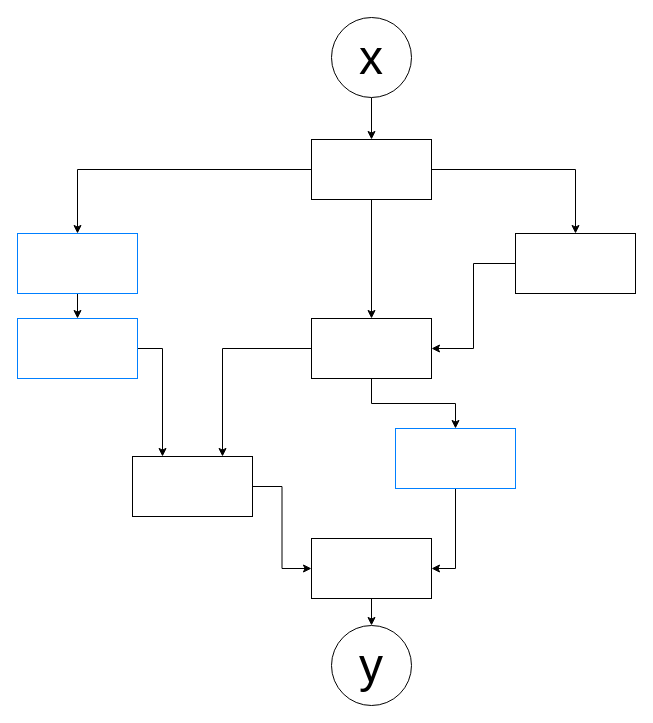
This is REDS/Projet_Laure/beamer/figs/Untitled Diagram.drawio from CharlesAttend/M2-DAC, a draw.io file, before an edit. Source tidied: cells renumbered, new cells numbered last; positions are measured from the earlier drawing's top-left corner, leaving out a move shared by most shapes. Both pictures are drawn from the tidied source at 100%, with x=0, y=0 at pixel (17, 17).
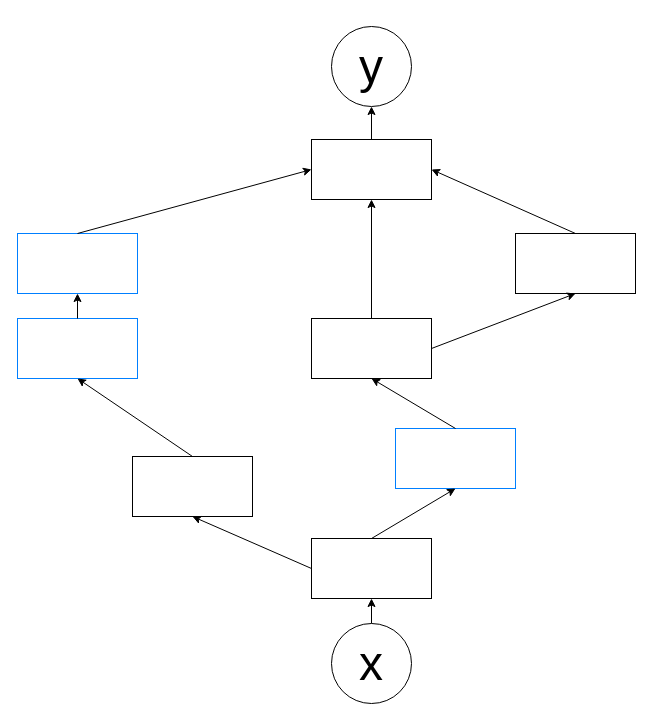
The same page after the edit.

Unchanged cells that the change refers to:
```xml
<mxCell id="7" style="rounded=0;whiteSpace=wrap;html=1;" parent="1" vertex="1">
  <mxGeometry x="294" y="122" width="120" height="60" as="geometry" />
</mxCell>
<mxCell id="9" style="rounded=0;whiteSpace=wrap;html=1;" parent="1" vertex="1">
  <mxGeometry x="498" y="216" width="120" height="60" as="geometry" />
</mxCell>
<mxCell id="12" style="rounded=0;whiteSpace=wrap;html=1;" parent="1" vertex="1">
  <mxGeometry x="294" y="301" width="120" height="60" as="geometry" />
</mxCell>
<mxCell id="14" style="rounded=0;whiteSpace=wrap;html=1;strokeColor=#007FFF;" parent="1" vertex="1">
  <mxGeometry y="216" width="120" height="60" as="geometry" />
</mxCell>
<mxCell id="16" style="rounded=0;whiteSpace=wrap;html=1;strokeColor=#007FFF;" parent="1" vertex="1">
  <mxGeometry y="301" width="120" height="60" as="geometry" />
</mxCell>
<mxCell id="18" style="rounded=0;whiteSpace=wrap;html=1;" parent="1" vertex="1">
  <mxGeometry x="115" y="439" width="120" height="60" as="geometry" />
</mxCell>
<mxCell id="20" style="rounded=0;whiteSpace=wrap;html=1;" parent="1" vertex="1">
  <mxGeometry x="294" y="521" width="120" height="60" as="geometry" />
</mxCell>
<mxCell id="23" style="rounded=0;whiteSpace=wrap;html=1;strokeColor=#007FFF;" parent="1" vertex="1">
  <mxGeometry x="378" y="411" width="120" height="60" as="geometry" />
</mxCell>
```

The edit, as a diff of the source:
```diff
@@
-    <mxCell id="2" style="edgeStyle=orthogonalEdgeStyle;rounded=0;jettySize=auto;html=1;" parent="1" edge="1" source="3" target="7">
-      <mxGeometry relative="1" as="geometry" />
-    </mxCell>
+    <mxCell id="24" style="edgeStyle=orthogonalEdgeStyle;rounded=0;jettySize=auto;html=1;entryX=0.5;entryY=1;entryDx=0;entryDy=0;" parent="1" edge="1" source="3" target="20">
+      <mxGeometry relative="1" as="geometry" />
+    </mxCell>
     <mxCell id="3" value="&lt;font style=&quot;font-size: 48px;&quot;&gt;x&lt;/font&gt;" style="ellipse;whiteSpace=wrap;html=1;" parent="1" vertex="1">
-      <mxGeometry x="314" width="80" height="80" as="geometry" />
+      <mxGeometry x="314" y="606" width="80" height="80" as="geometry" />
     </mxCell>
-    <mxCell id="4" style="edgeStyle=orthogonalEdgeStyle;rounded=0;jettySize=auto;html=1;exitX=0;exitY=0.5;exitDx=0;exitDy=0;" parent="1" edge="1" source="7" target="14">
-      <mxGeometry relative="1" as="geometry" />
-    </mxCell>
-    <mxCell id="5" style="edgeStyle=orthogonalEdgeStyle;rounded=0;jettySize=auto;html=1;entryX=0.5;entryY=0;entryDx=0;entryDy=0;" parent="1" edge="1" source="7" target="12">
-      <mxGeometry relative="1" as="geometry" />
-    </mxCell>
-    <mxCell id="6" style="edgeStyle=orthogonalEdgeStyle;rounded=0;jettySize=auto;html=1;" parent="1" edge="1" source="7" target="9">
-      <mxGeometry relative="1" as="geometry" />
-    </mxCell>
+    <mxCell id="25" style="edgeStyle=orthogonalEdgeStyle;rounded=0;jettySize=auto;html=1;entryX=0.5;entryY=1;entryDx=0;entryDy=0;" parent="1" edge="1" source="7" target="21">
+      <mxGeometry relative="1" as="geometry" />
+    </mxCell>
@@
-    <mxCell id="8" style="edgeStyle=orthogonalEdgeStyle;rounded=0;jettySize=auto;html=1;entryX=1;entryY=0.5;entryDx=0;entryDy=0;" parent="1" edge="1" source="9" target="12">
-      <mxGeometry relative="1" as="geometry" />
-    </mxCell>
@@
-    <mxCell id="10" style="edgeStyle=orthogonalEdgeStyle;rounded=0;jettySize=auto;html=1;entryX=0.75;entryY=0;entryDx=0;entryDy=0;" parent="1" edge="1" source="12" target="18">
-      <mxGeometry relative="1" as="geometry" />
-    </mxCell>
-    <mxCell id="11" style="edgeStyle=orthogonalEdgeStyle;rounded=0;jettySize=auto;html=1;" parent="1" edge="1" source="12" target="23">
-      <mxGeometry relative="1" as="geometry" />
-    </mxCell>
@@
-    <mxCell id="13" style="edgeStyle=orthogonalEdgeStyle;rounded=0;jettySize=auto;html=1;exitX=0.5;exitY=1;exitDx=0;exitDy=0;" parent="1" edge="1" source="14" target="16">
-      <mxGeometry relative="1" as="geometry" />
-    </mxCell>
@@
-    <mxCell id="15" style="edgeStyle=orthogonalEdgeStyle;rounded=0;jettySize=auto;html=1;exitX=1;exitY=0.5;exitDx=0;exitDy=0;entryX=0.25;entryY=0;entryDx=0;entryDy=0;" parent="1" edge="1" source="16" target="18">
-      <mxGeometry relative="1" as="geometry" />
-    </mxCell>
@@
-    <mxCell id="17" style="edgeStyle=orthogonalEdgeStyle;rounded=0;jettySize=auto;html=1;entryX=0;entryY=0.5;entryDx=0;entryDy=0;" parent="1" edge="1" source="18" target="20">
-      <mxGeometry relative="1" as="geometry" />
-    </mxCell>
@@
-    <mxCell id="19" style="edgeStyle=orthogonalEdgeStyle;rounded=0;jettySize=auto;html=1;" parent="1" edge="1" source="20" target="21">
-      <mxGeometry relative="1" as="geometry" />
-    </mxCell>
@@
     <mxCell id="21" value="&lt;font style=&quot;font-size: 48px;&quot;&gt;y&lt;/font&gt;" style="ellipse;whiteSpace=wrap;html=1;" parent="1" vertex="1">
-      <mxGeometry x="314" y="608" width="80" height="80" as="geometry" />
+      <mxGeometry x="314" y="9" width="80" height="80" as="geometry" />
     </mxCell>
-    <mxCell id="22" style="edgeStyle=orthogonalEdgeStyle;rounded=0;jettySize=auto;html=1;entryX=1;entryY=0.5;entryDx=0;entryDy=0;" parent="1" edge="1" source="23" target="20">
-      <mxGeometry relative="1" as="geometry" />
-    </mxCell>
@@
+    <mxCell id="26" style="endArrow=classic;html=1;rounded=0;exitX=0.5;exitY=0;exitDx=0;exitDy=0;entryX=0;entryY=0.5;entryDx=0;entryDy=0;" parent="1" edge="1" source="14" target="7">
+      <mxGeometry relative="1" as="geometry" />
+    </mxCell>
+    <mxCell id="27" style="endArrow=classic;html=1;rounded=0;exitX=0.5;exitY=0;exitDx=0;exitDy=0;entryX=0.5;entryY=1;entryDx=0;entryDy=0;" parent="1" edge="1" source="16" target="14">
+      <mxGeometry relative="1" as="geometry" />
+    </mxCell>
+    <mxCell id="28" style="endArrow=classic;html=1;rounded=0;exitX=0.5;exitY=0;exitDx=0;exitDy=0;entryX=0.5;entryY=1;entryDx=0;entryDy=0;" parent="1" edge="1" source="18" target="16">
+      <mxGeometry relative="1" as="geometry" />
+    </mxCell>
+    <mxCell id="29" style="endArrow=classic;html=1;rounded=0;exitX=0.5;exitY=0;exitDx=0;exitDy=0;" parent="1" edge="1" source="12" target="7">
+      <mxGeometry relative="1" as="geometry" />
+    </mxCell>
+    <mxCell id="30" style="endArrow=classic;html=1;rounded=0;exitX=0;exitY=0.5;exitDx=0;exitDy=0;entryX=0.5;entryY=1;entryDx=0;entryDy=0;" parent="1" edge="1" source="20" target="18">
+      <mxGeometry relative="1" as="geometry" />
+    </mxCell>
+    <mxCell id="31" style="endArrow=classic;html=1;rounded=0;exitX=0.5;exitY=0;exitDx=0;exitDy=0;entryX=0.5;entryY=1;entryDx=0;entryDy=0;" parent="1" edge="1" source="20" target="23">
+      <mxGeometry relative="1" as="geometry" />
+    </mxCell>
+    <mxCell id="32" style="endArrow=classic;html=1;rounded=0;exitX=0.5;exitY=0;exitDx=0;exitDy=0;entryX=0.5;entryY=1;entryDx=0;entryDy=0;" parent="1" edge="1" source="23" target="12">
+      <mxGeometry relative="1" as="geometry" />
+    </mxCell>
+    <mxCell id="33" style="endArrow=classic;html=1;rounded=0;exitX=1;exitY=0.5;exitDx=0;exitDy=0;entryX=0.5;entryY=1;entryDx=0;entryDy=0;" parent="1" edge="1" source="12" target="9">
+      <mxGeometry relative="1" as="geometry" />
+    </mxCell>
+    <mxCell id="34" style="endArrow=classic;html=1;rounded=0;exitX=0.5;exitY=0;exitDx=0;exitDy=0;entryX=1;entryY=0.5;entryDx=0;entryDy=0;" parent="1" edge="1" source="9" target="7">
+      <mxGeometry relative="1" as="geometry" />
+    </mxCell>
```
